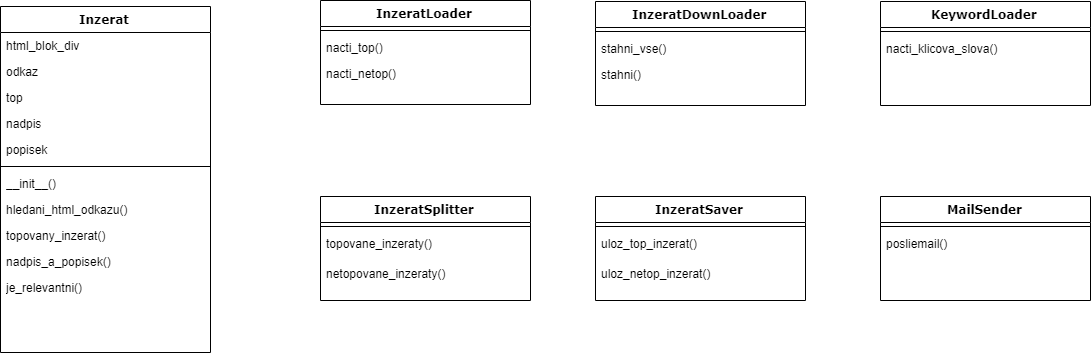
The draw.io diagram pictures/SevillaClassDiagram.png in zdenekptak/sevilla, before a commit. Source tidied: cells renumbered, new cells last; positions are measured from the earlier drawing's top-left corner, leaving out a move shared by most shapes.
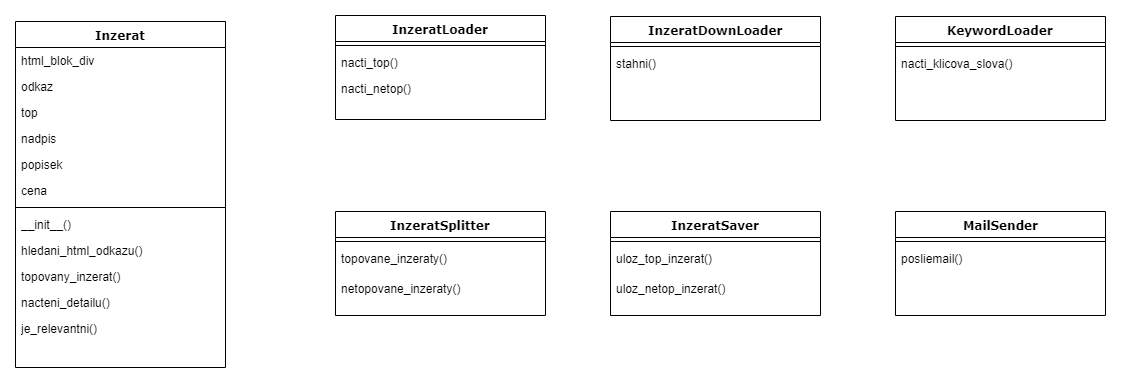
After the change.

Commit message:
pridani ceny do emailu

The edit, as a diff of the source:
```diff
@@ -20,23 +20,26 @@
     <mxCell id="7" value="popisek" style="text;html=1;strokeColor=none;fillColor=none;align=left;verticalAlign=top;spacingLeft=4;spacingRight=4;whiteSpace=wrap;overflow=hidden;" parent="2" vertex="1">
       <mxGeometry y="130" width="210" height="26" as="geometry" />
     </mxCell>
+    <mxCell id="36" value="cena" style="text;html=1;strokeColor=none;fillColor=none;align=left;verticalAlign=top;spacingLeft=4;spacingRight=4;whiteSpace=wrap;overflow=hidden;" parent="2" vertex="1">
+      <mxGeometry y="156" width="210" height="26" as="geometry" />
+    </mxCell>
     <mxCell id="8" style="line;html=1;strokeWidth=1;fillColor=none;align=left;verticalAlign=middle;spacingTop=-1;spacingLeft=3;spacingRight=3;labelPosition=right;" parent="2" vertex="1">
-      <mxGeometry y="156" width="210" height="8" as="geometry" />
+      <mxGeometry y="182" width="210" height="8" as="geometry" />
     </mxCell>
     <mxCell id="9" value="__init__()" style="text;html=1;strokeColor=none;fillColor=none;align=left;verticalAlign=top;spacingLeft=4;spacingRight=4;whiteSpace=wrap;overflow=hidden;" parent="2" vertex="1">
-      <mxGeometry y="164" width="210" height="26" as="geometry" />
+      <mxGeometry y="190" width="210" height="26" as="geometry" />
     </mxCell>
     <mxCell id="10" value="hledani_html_odkazu()" style="text;html=1;strokeColor=none;fillColor=none;align=left;verticalAlign=top;spacingLeft=4;spacingRight=4;whiteSpace=wrap;overflow=hidden;" parent="2" vertex="1">
-      <mxGeometry y="190" width="210" height="26" as="geometry" />
+      <mxGeometry y="216" width="210" height="26" as="geometry" />
     </mxCell>
     <mxCell id="11" value="topovany_inzerat()" style="text;html=1;strokeColor=none;fillColor=none;align=left;verticalAlign=top;spacingLeft=4;spacingRight=4;whiteSpace=wrap;overflow=hidden;" parent="2" vertex="1">
-      <mxGeometry y="216" width="210" height="26" as="geometry" />
+      <mxGeometry y="242" width="210" height="26" as="geometry" />
     </mxCell>
-    <mxCell id="12" value="nadpis_a_popisek()&lt;br&gt;" style="text;html=1;strokeColor=none;fillColor=none;align=left;verticalAlign=top;spacingLeft=4;spacingRight=4;whiteSpace=wrap;overflow=hidden;" parent="2" vertex="1">
-      <mxGeometry y="242" width="210" height="26" as="geometry" />
+    <mxCell id="12" value="nacteni_detailu()" style="text;html=1;strokeColor=none;fillColor=none;align=left;verticalAlign=top;spacingLeft=4;spacingRight=4;whiteSpace=wrap;overflow=hidden;" parent="2" vertex="1">
+      <mxGeometry y="268" width="210" height="26" as="geometry" />
     </mxCell>
     <mxCell id="13" value="je_relevantni()" style="text;html=1;strokeColor=none;fillColor=none;align=left;verticalAlign=top;spacingLeft=4;spacingRight=4;whiteSpace=wrap;overflow=hidden;" parent="2" vertex="1">
-      <mxGeometry y="268" width="210" height="26" as="geometry" />
+      <mxGeometry y="294" width="210" height="26" as="geometry" />
     </mxCell>
     <mxCell id="14" value="InzeratDownLoader" style="swimlane;html=1;fontStyle=1;align=center;verticalAlign=top;horizontal=1;startSize=26;swimlaneFillColor=#ffffff;rounded=0;shadow=0;comic=0;labelBackgroundColor=none;strokeColor=#000000;strokeWidth=1;fillColor=none;fontFamily=Verdana;fontSize=12;fontColor=#000000;" parent="1" vertex="1">
       <mxGeometry x="595" y="1" width="210" height="104" as="geometry" />
@@ -44,11 +47,8 @@
     <mxCell id="15" style="line;html=1;strokeWidth=1;fillColor=none;align=left;verticalAlign=middle;spacingTop=-1;spacingLeft=3;spacingRight=3;labelPosition=right;" parent="14" vertex="1">
       <mxGeometry y="26" width="210" height="8" as="geometry" />
     </mxCell>
-    <mxCell id="16" value="stahni_vse()" style="text;html=1;strokeColor=none;fillColor=none;align=left;verticalAlign=top;spacingLeft=4;spacingRight=4;whiteSpace=wrap;overflow=hidden;" parent="14" vertex="1">
-      <mxGeometry y="34" width="210" height="26" as="geometry" />
-    </mxCell>
     <mxCell id="17" value="stahni()" style="text;html=1;strokeColor=none;fillColor=none;align=left;verticalAlign=top;spacingLeft=4;spacingRight=4;whiteSpace=wrap;overflow=hidden;" parent="14" vertex="1">
-      <mxGeometry y="60" width="210" height="26" as="geometry" />
+      <mxGeometry y="34" width="210" height="26" as="geometry" />
     </mxCell>
     <mxCell id="18" value="InzeratLoader" style="swimlane;html=1;fontStyle=1;align=center;verticalAlign=top;horizontal=1;startSize=26;swimlaneFillColor=#ffffff;rounded=0;shadow=0;comic=0;labelBackgroundColor=none;strokeColor=#000000;strokeWidth=1;fillColor=none;fontFamily=Verdana;fontSize=12;fontColor=#000000;" parent="1" vertex="1">
       <mxGeometry x="320" width="210" height="104" as="geometry" />
```
